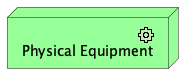
Earlier version of the PlantUML export doc/elements/physical-equipment.plantuml.png (SixArm/archimate-examples).
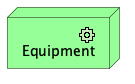
After the commit.

Diff of the diagram source:
```diff
@@ -1,4 +1,4 @@
 @startuml
 !include <archimate/Archimate>
-Physical_Equipment(PE_01, "Physical Equipment")
+Physical_Equipment(Equipment, "Equipment")
 @enduml
```
